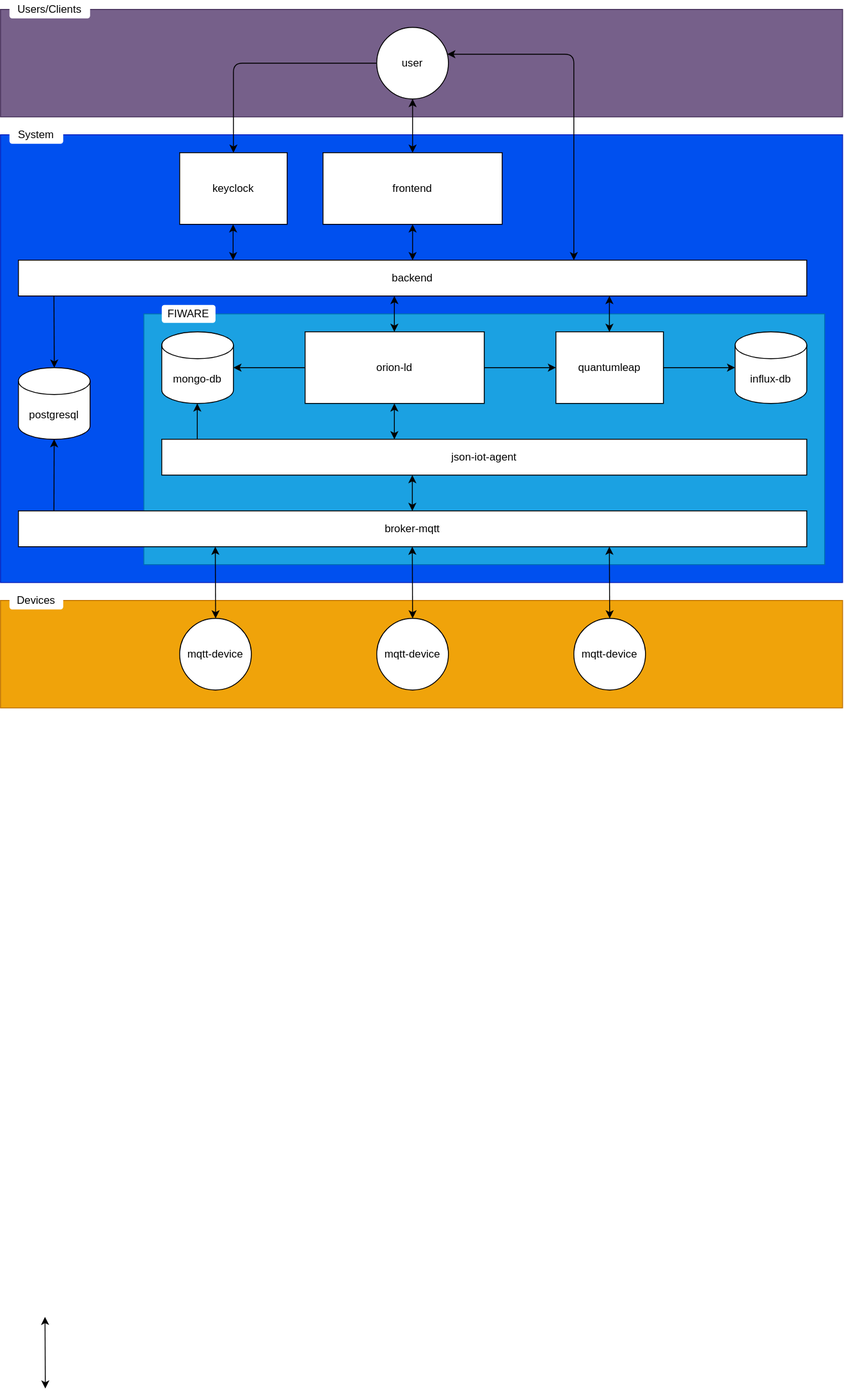
Earlier version of the draw.io export imgs/architecture.svg (LuizTakeda/masters-system). Source tidied: cells renumbered, new cells last; positions are measured from the earlier drawing's top-left corner, leaving out a move shared by most shapes. The source it was exported from:
```xml
<mxGraphModel>
  <root>
    <mxCell id="0" />
    <mxCell id="1" parent="0" />
    <mxCell id="2" style="rounded=0;whiteSpace=wrap;html=1;fillColor=#0050ef;fontColor=#ffffff;strokeColor=#001DBC;" parent="1" vertex="1">
      <mxGeometry y="150" width="940" height="500" as="geometry" />
    </mxCell>
    <mxCell id="3" style="rounded=0;whiteSpace=wrap;html=1;fillColor=#1ba1e2;fontColor=#ffffff;strokeColor=#006EAF;" parent="1" vertex="1">
      <mxGeometry x="160" y="350" width="760" height="280" as="geometry" />
    </mxCell>
    <mxCell id="4" style="rounded=0;whiteSpace=wrap;html=1;fillColor=#76608a;fontColor=#ffffff;strokeColor=#432D57;" parent="1" vertex="1">
      <mxGeometry y="10" width="940" height="120" as="geometry" />
    </mxCell>
    <mxCell id="5" style="rounded=0;whiteSpace=wrap;html=1;fillColor=#f0a30a;fontColor=#000000;strokeColor=#BD7000;" parent="1" vertex="1">
      <mxGeometry y="670" width="940" height="120" as="geometry" />
    </mxCell>
    <mxCell id="6" value="keyclock" style="rounded=0;whiteSpace=wrap;html=1;" parent="1" vertex="1">
      <mxGeometry x="200" y="170" width="120" height="80" as="geometry" />
    </mxCell>
    <mxCell id="7" style="edgeStyle=orthogonalEdgeStyle;html=1;" parent="1" edge="1" source="10" target="6">
      <mxGeometry relative="1" as="geometry" />
    </mxCell>
    <mxCell id="8" style="edgeStyle=orthogonalEdgeStyle;html=1;entryX=0.5;entryY=0;entryDx=0;entryDy=0;startArrow=classic;startFill=1;" parent="1" edge="1" source="10" target="11">
      <mxGeometry relative="1" as="geometry">
        <Array as="points">
          <mxPoint x="460" y="130" />
          <mxPoint x="460" y="130" />
        </Array>
      </mxGeometry>
    </mxCell>
    <mxCell id="9" style="edgeStyle=orthogonalEdgeStyle;html=1;startArrow=classic;startFill=1;" parent="1" edge="1" source="10">
      <mxGeometry relative="1" as="geometry">
        <mxPoint x="640" y="290" as="targetPoint" />
        <Array as="points">
          <mxPoint x="640" y="60" />
        </Array>
      </mxGeometry>
    </mxCell>
    <mxCell id="10" value="user" style="ellipse;whiteSpace=wrap;html=1;" parent="1" vertex="1">
      <mxGeometry x="420" y="30" width="80" height="80" as="geometry" />
    </mxCell>
    <mxCell id="11" value="frontend" style="rounded=0;whiteSpace=wrap;html=1;" parent="1" vertex="1">
      <mxGeometry x="360" y="170" width="200" height="80" as="geometry" />
    </mxCell>
    <mxCell id="12" value="backend" style="rounded=0;whiteSpace=wrap;html=1;" parent="1" vertex="1">
      <mxGeometry x="20" y="290" width="880" height="40" as="geometry" />
    </mxCell>
    <mxCell id="13" style="edgeStyle=none;html=1;" parent="1" edge="1" source="15" target="17">
      <mxGeometry relative="1" as="geometry" />
    </mxCell>
    <mxCell id="14" style="edgeStyle=none;html=1;" parent="1" edge="1" source="15" target="39">
      <mxGeometry relative="1" as="geometry" />
    </mxCell>
    <mxCell id="15" value="orion-ld" style="rounded=0;whiteSpace=wrap;html=1;" parent="1" vertex="1">
      <mxGeometry x="340" y="370" width="200" height="80" as="geometry" />
    </mxCell>
    <mxCell id="16" value="postgresql" style="shape=cylinder3;whiteSpace=wrap;html=1;boundedLbl=1;backgroundOutline=1;size=15;" parent="1" vertex="1">
      <mxGeometry x="20" y="410" width="80" height="80" as="geometry" />
    </mxCell>
    <mxCell id="17" value="mongo-db" style="shape=cylinder3;whiteSpace=wrap;html=1;boundedLbl=1;backgroundOutline=1;size=15;" parent="1" vertex="1">
      <mxGeometry x="180" y="370" width="80" height="80" as="geometry" />
    </mxCell>
    <mxCell id="18" value="json-iot-agent" style="rounded=0;whiteSpace=wrap;html=1;" parent="1" vertex="1">
      <mxGeometry x="180" y="490" width="720" height="40" as="geometry" />
    </mxCell>
    <mxCell id="19" value="broker-mqtt" style="rounded=0;whiteSpace=wrap;html=1;" parent="1" vertex="1">
      <mxGeometry x="20" y="570" width="880" height="40" as="geometry" />
    </mxCell>
    <mxCell id="20" value="mqtt-device" style="ellipse;whiteSpace=wrap;html=1;" parent="1" vertex="1">
      <mxGeometry x="200" y="690" width="80" height="80" as="geometry" />
    </mxCell>
    <mxCell id="21" value="mqtt-device" style="ellipse;whiteSpace=wrap;html=1;" parent="1" vertex="1">
      <mxGeometry x="640" y="690" width="80" height="80" as="geometry" />
    </mxCell>
    <mxCell id="22" value="mqtt-device" style="ellipse;whiteSpace=wrap;html=1;" parent="1" vertex="1">
      <mxGeometry x="420" y="690" width="80" height="80" as="geometry" />
    </mxCell>
    <mxCell id="23" style="edgeStyle=none;html=1;" parent="1" edge="1" target="16">
      <mxGeometry relative="1" as="geometry">
        <mxPoint x="59.7" y="570" as="sourcePoint" />
      </mxGeometry>
    </mxCell>
    <mxCell id="24" style="edgeStyle=none;html=1;" parent="1" edge="1">
      <mxGeometry relative="1" as="geometry">
        <mxPoint x="219.7" y="490" as="sourcePoint" />
        <mxPoint x="219.7" y="450" as="targetPoint" />
      </mxGeometry>
    </mxCell>
    <mxCell id="25" style="edgeStyle=none;html=1;startArrow=classic;startFill=1;" parent="1" edge="1">
      <mxGeometry relative="1" as="geometry">
        <mxPoint x="439.7" y="490" as="sourcePoint" />
        <mxPoint x="439.7" y="450" as="targetPoint" />
      </mxGeometry>
    </mxCell>
    <mxCell id="26" style="edgeStyle=none;html=1;startArrow=classic;startFill=1;" parent="1" edge="1">
      <mxGeometry relative="1" as="geometry">
        <mxPoint x="439.7" y="370" as="sourcePoint" />
        <mxPoint x="439.7" y="330" as="targetPoint" />
      </mxGeometry>
    </mxCell>
    <mxCell id="27" style="edgeStyle=none;html=1;endArrow=classic;endFill=1;startArrow=classic;startFill=1;" parent="1" edge="1">
      <mxGeometry relative="1" as="geometry">
        <mxPoint x="49.7" y="1470" as="sourcePoint" />
        <mxPoint x="50" y="1550" as="targetPoint" />
      </mxGeometry>
    </mxCell>
    <mxCell id="28" style="edgeStyle=none;html=1;endArrow=classic;endFill=1;startArrow=classic;startFill=1;" parent="1" edge="1" target="22">
      <mxGeometry relative="1" as="geometry">
        <mxPoint x="459.7" y="610" as="sourcePoint" />
      </mxGeometry>
    </mxCell>
    <mxCell id="29" style="edgeStyle=none;html=1;endArrow=classic;endFill=1;startArrow=classic;startFill=1;" parent="1" edge="1" target="21">
      <mxGeometry relative="1" as="geometry">
        <mxPoint x="679.7" y="610" as="sourcePoint" />
      </mxGeometry>
    </mxCell>
    <mxCell id="30" style="edgeStyle=none;html=1;startArrow=classic;startFill=1;exitX=0.5;exitY=0;exitDx=0;exitDy=0;exitPerimeter=0;endArrow=none;endFill=0;" parent="1" edge="1" source="16">
      <mxGeometry relative="1" as="geometry">
        <mxPoint x="59.7" y="330" as="targetPoint" />
      </mxGeometry>
    </mxCell>
    <mxCell id="31" style="edgeStyle=none;html=1;startArrow=classic;startFill=1;" parent="1" edge="1">
      <mxGeometry relative="1" as="geometry">
        <mxPoint x="259.7" y="290" as="sourcePoint" />
        <mxPoint x="259.7" y="250" as="targetPoint" />
      </mxGeometry>
    </mxCell>
    <mxCell id="32" style="edgeStyle=none;html=1;startArrow=classic;startFill=1;" parent="1" edge="1">
      <mxGeometry relative="1" as="geometry">
        <mxPoint x="460" y="290" as="sourcePoint" />
        <mxPoint x="460" y="250" as="targetPoint" />
      </mxGeometry>
    </mxCell>
    <mxCell id="33" value="FIWARE" style="text;html=1;align=center;verticalAlign=middle;whiteSpace=wrap;rounded=1;fillColor=default;" parent="1" vertex="1">
      <mxGeometry x="180" y="340" width="60" height="20" as="geometry" />
    </mxCell>
    <mxCell id="34" value="System" style="text;html=1;align=center;verticalAlign=middle;whiteSpace=wrap;rounded=1;fillColor=default;" parent="1" vertex="1">
      <mxGeometry x="10" y="140" width="60" height="20" as="geometry" />
    </mxCell>
    <mxCell id="35" value="Users/Clients" style="text;html=1;align=center;verticalAlign=middle;whiteSpace=wrap;rounded=1;fillColor=default;" parent="1" vertex="1">
      <mxGeometry x="10" width="90" height="20" as="geometry" />
    </mxCell>
    <mxCell id="36" style="edgeStyle=none;html=1;endArrow=classic;endFill=1;startArrow=classic;startFill=1;" parent="1" edge="1">
      <mxGeometry relative="1" as="geometry">
        <mxPoint x="239.8" y="610" as="sourcePoint" />
        <mxPoint x="240.1" y="690" as="targetPoint" />
      </mxGeometry>
    </mxCell>
    <mxCell id="37" value="Devices" style="text;html=1;align=center;verticalAlign=middle;whiteSpace=wrap;rounded=1;fillColor=default;" parent="1" vertex="1">
      <mxGeometry x="10" y="660" width="60" height="20" as="geometry" />
    </mxCell>
    <mxCell id="38" style="edgeStyle=none;html=1;" parent="1" edge="1" source="39" target="40">
      <mxGeometry relative="1" as="geometry" />
    </mxCell>
    <mxCell id="39" value="quantumleap" style="rounded=0;whiteSpace=wrap;html=1;" parent="1" vertex="1">
      <mxGeometry x="620" y="370" width="120" height="80" as="geometry" />
    </mxCell>
    <mxCell id="40" value="influx-db" style="shape=cylinder3;whiteSpace=wrap;html=1;boundedLbl=1;backgroundOutline=1;size=15;" parent="1" vertex="1">
      <mxGeometry x="820" y="370" width="80" height="80" as="geometry" />
    </mxCell>
    <mxCell id="41" style="edgeStyle=none;html=1;startArrow=classic;startFill=1;" parent="1" edge="1">
      <mxGeometry relative="1" as="geometry">
        <mxPoint x="679.7" y="370" as="sourcePoint" />
        <mxPoint x="679.7" y="330" as="targetPoint" />
      </mxGeometry>
    </mxCell>
    <mxCell id="42" style="edgeStyle=none;html=1;endArrow=classic;endFill=1;startArrow=classic;startFill=1;" parent="1" edge="1">
      <mxGeometry relative="1" as="geometry">
        <mxPoint x="459.7" y="530" as="sourcePoint" />
        <mxPoint x="459.7" y="570" as="targetPoint" />
      </mxGeometry>
    </mxCell>
  </root>
</mxGraphModel>
```
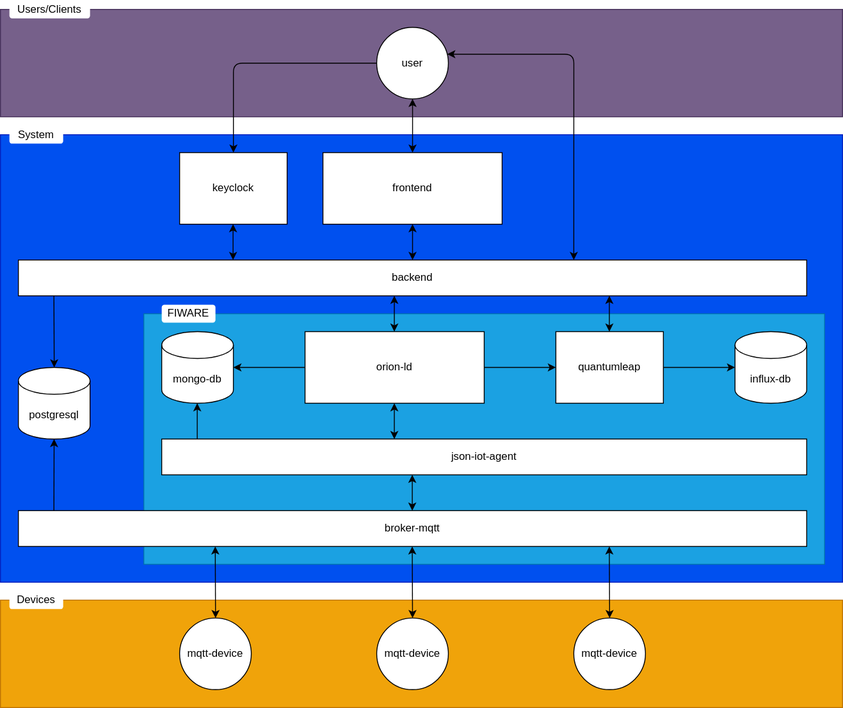
The same diagram one commit later.

Commit message:
chroe(core): update img

The edit, as a diff of the source:
```diff
@@ -98,12 +98,6 @@
         <mxPoint x="439.7" y="330" as="targetPoint" />
       </mxGeometry>
     </mxCell>
-    <mxCell id="27" style="edgeStyle=none;html=1;endArrow=classic;endFill=1;startArrow=classic;startFill=1;" parent="1" edge="1">
-      <mxGeometry relative="1" as="geometry">
-        <mxPoint x="49.7" y="1470" as="sourcePoint" />
-        <mxPoint x="50" y="1550" as="targetPoint" />
-      </mxGeometry>
-    </mxCell>
     <mxCell id="28" style="edgeStyle=none;html=1;endArrow=classic;endFill=1;startArrow=classic;startFill=1;" parent="1" edge="1" target="22">
       <mxGeometry relative="1" as="geometry">
         <mxPoint x="459.7" y="610" as="sourcePoint" />
```
